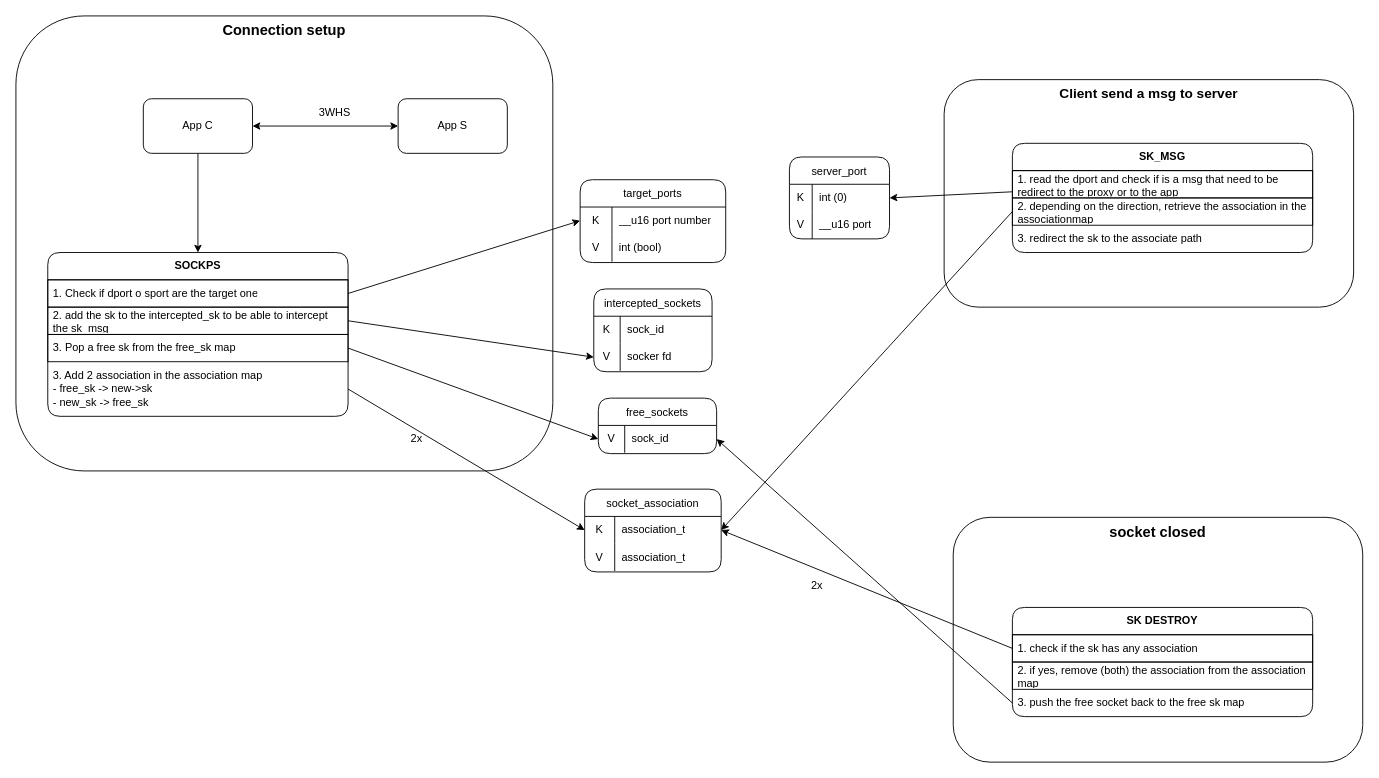
LucaMeno/socket-over-rdma keeps this draw.io diagram as page "eBPF" (2 of 5) of socket_boost/docs/logic.drawio. Above is the earlier version. Source tidied: cells renumbered, new cells numbered last; positions are measured from the earlier drawing's top-left corner, leaving out a move shared by most shapes. Both pictures are drawn from the tidied source at 91%, with x=0, y=0 at pixel (15, 15).
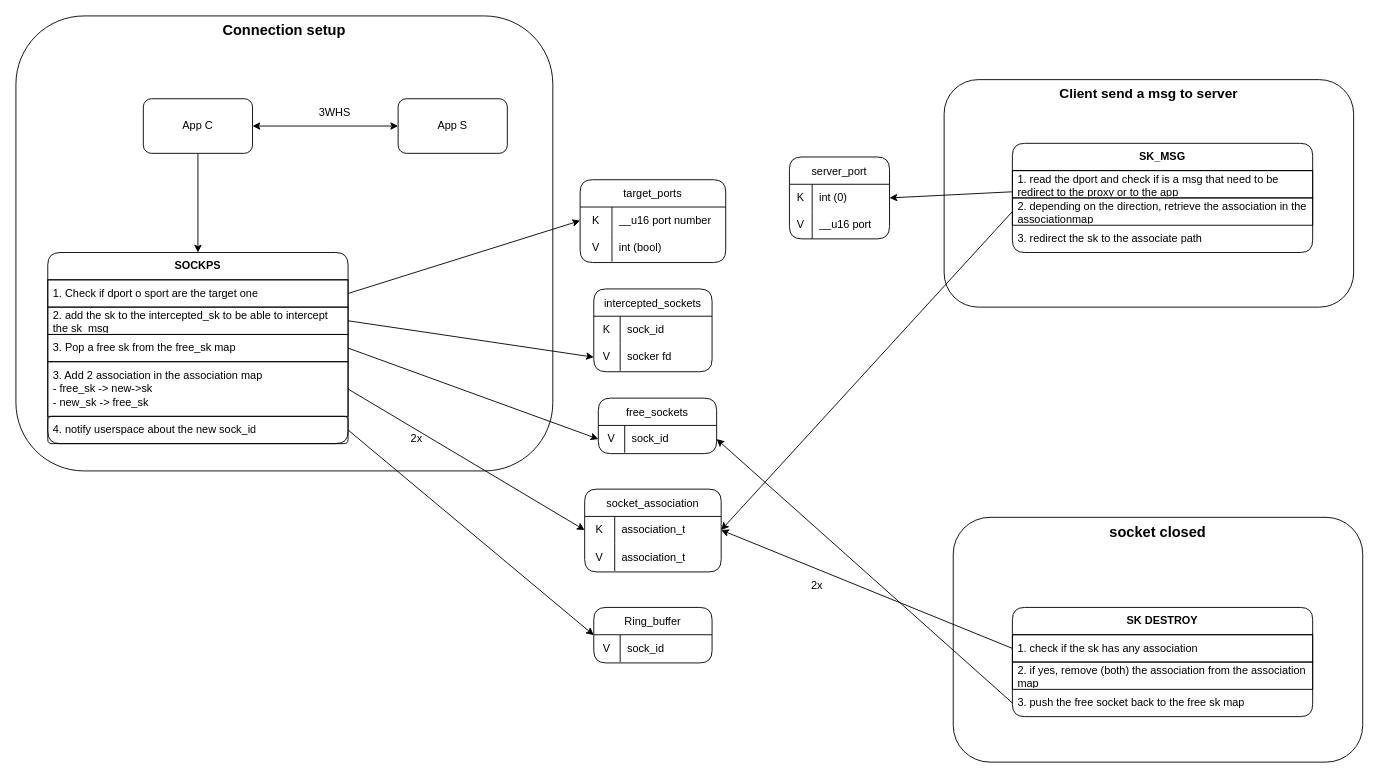
The same page after the edit.

The edit, as a diff of the source:
```diff
@@
     <mxCell id="41" value="&lt;b style=&quot;text-wrap-mode: nowrap;&quot;&gt;SOCKPS&lt;/b&gt;" style="swimlane;fontStyle=0;horizontal=1;startSize=30;whiteSpace=wrap;html=1;rounded=1;" parent="1" vertex="1">
-      <mxGeometry x="35" y="260" width="330" height="180" as="geometry" />
+      <mxGeometry x="35" y="260" width="330" height="210" as="geometry" />
     </mxCell>
@@
-    <mxCell id="45" value="&lt;font style=&quot;color: rgb(0, 0, 0);&quot;&gt;3. Add 2 association in the association map&lt;/font&gt;&lt;div&gt;&lt;span style=&quot;background-color: transparent;&quot;&gt;&lt;font style=&quot;color: rgb(0, 0, 0);&quot;&gt;- free_sk -&amp;gt; new-&amp;gt;sk&lt;/font&gt;&lt;/span&gt;&lt;div&gt;&lt;font style=&quot;color: rgb(0, 0, 0);&quot;&gt;- new_sk -&amp;gt; free_sk&lt;/font&gt;&lt;br&gt;&lt;/div&gt;&lt;/div&gt;" style="text;strokeColor=none;fillColor=none;align=left;verticalAlign=middle;spacingLeft=4;spacingRight=4;overflow=hidden;points=[[0,0.5],[1,0.5]];portConstraint=eastwest;whiteSpace=wrap;html=1;" parent="41" vertex="1">
+    <mxCell id="45" value="&lt;font style=&quot;color: rgb(0, 0, 0);&quot;&gt;3. Add 2 association in the association map&lt;/font&gt;&lt;div&gt;&lt;span style=&quot;background-color: transparent;&quot;&gt;&lt;font style=&quot;color: rgb(0, 0, 0);&quot;&gt;- free_sk -&amp;gt; new-&amp;gt;sk&lt;/font&gt;&lt;/span&gt;&lt;div&gt;&lt;font style=&quot;color: rgb(0, 0, 0);&quot;&gt;- new_sk -&amp;gt; free_sk&lt;/font&gt;&lt;br&gt;&lt;/div&gt;&lt;/div&gt;" style="text;strokeColor=default;fillColor=none;align=left;verticalAlign=middle;spacingLeft=4;spacingRight=4;overflow=hidden;points=[[0,0.5],[1,0.5]];portConstraint=eastwest;whiteSpace=wrap;html=1;" parent="41" vertex="1">
       <mxGeometry y="120" width="330" height="60" as="geometry" />
     </mxCell>
+    <mxCell id="65" value="4. notify userspace about the new sock_id" style="text;strokeColor=default;fillColor=none;align=left;verticalAlign=middle;spacingLeft=4;spacingRight=4;overflow=hidden;points=[[0,0.5],[1,0.5]];portConstraint=eastwest;whiteSpace=wrap;html=1;rounded=1;" parent="41" vertex="1">
+      <mxGeometry y="180" width="330" height="30" as="geometry" />
+    </mxCell>
@@
+    <mxCell id="66" value="Ring_buffer" style="shape=table;startSize=30;childLayout=tableLayout;rowLines=0;fontStyle=0;strokeColor=default;fontSize=12;rounded=1;" parent="1" vertex="1">
+      <mxGeometry x="635" y="650" width="130" height="61" as="geometry" />
+    </mxCell>
+    <mxCell id="67" style="shape=tableRow;horizontal=0;startSize=0;swimlaneHead=0;swimlaneBody=0;top=0;left=0;bottom=0;right=0;fillColor=none;strokeColor=inherit;fontSize=12;" parent="66" vertex="1">
+      <mxGeometry y="30" width="130" height="30" as="geometry" />
+    </mxCell>
+    <mxCell id="68" value="V" style="shape=partialRectangle;html=1;whiteSpace=wrap;fillColor=none;top=0;left=0;bottom=0;right=0;overflow=hidden;strokeColor=inherit;fontSize=12;" parent="67" vertex="1">
+      <mxGeometry width="29" height="30" as="geometry" />
+    </mxCell>
+    <mxCell id="69" value="&lt;span style=&quot;color: rgb(0, 0, 0);&quot;&gt;sock_id&lt;/span&gt;" style="shape=partialRectangle;html=1;whiteSpace=wrap;fillColor=none;top=0;left=0;bottom=0;right=0;align=left;spacingLeft=6;overflow=hidden;strokeColor=inherit;fontSize=12;" parent="67" vertex="1">
+      <mxGeometry x="29" width="101" height="30" as="geometry" />
+    </mxCell>
+    <mxCell id="70" style="edgeStyle=none;html=1;entryX=0;entryY=0.5;entryDx=0;entryDy=0;exitX=1;exitY=0.5;exitDx=0;exitDy=0;" parent="1" edge="1" source="65" target="66">
+      <mxGeometry relative="1" as="geometry" />
+    </mxCell>
```
